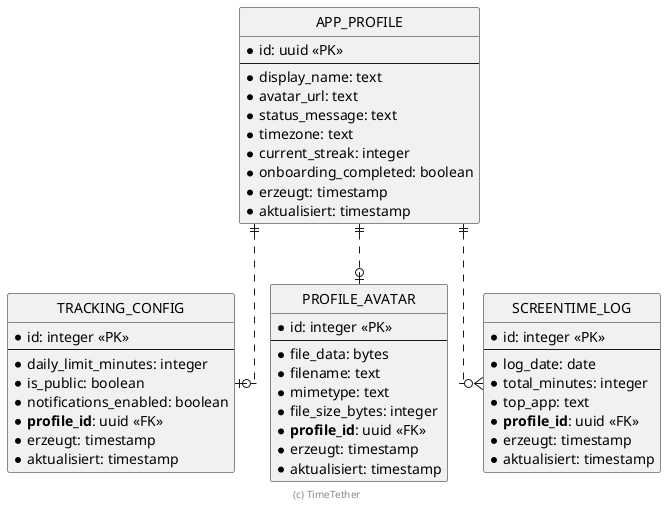
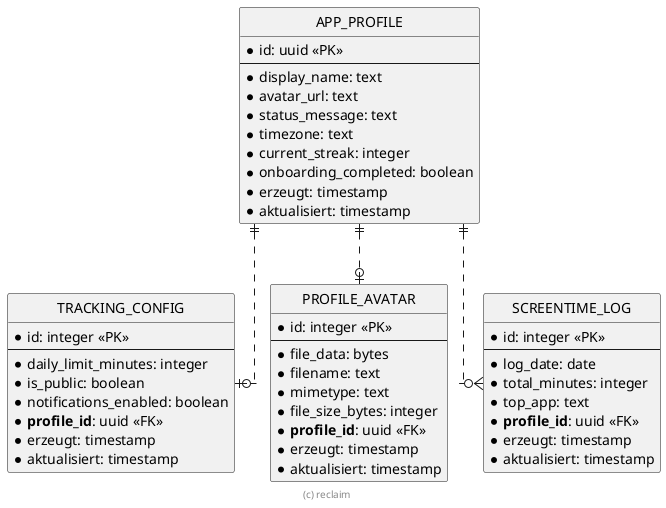
' Copyright (C) 2019 - present Juergen Zimmermann, Hochschule Karlsruhe
'
' This program is free software: you can redistribute it and/or modify
' it under the terms of the GNU General Public License as published by
' the Free Software Foundation, either version 3 of the License, or
' (at your option) any later version.
'
' This program is distributed in the hope that it will be useful,
' but WITHOUT ANY WARRANTY; without even the implied warranty of
' MERCHANTABILITY or FITNESS FOR A PARTICULAR PURPOSE.  See the
' GNU General Public License for more details.
'
' You should have received a copy of the GNU General Public License
' along with this program.  If not, see <https://www.gnu.org/licenses/>.

' Preview durch <Alt>d

@startuml ER Diagramm

' hide the spot
hide circle

' evtl. Prbleme mit Kraehenfuessen vermeiden
skinparam linetype ortho

entity "APP_PROFILE" {
  * id: uuid <<PK>>
  --
  * display_name: text
  * avatar_url: text
  * status_message: text
  * timezone: text
  * current_streak: integer
  * onboarding_completed: boolean
  * erzeugt: timestamp
  * aktualisiert: timestamp
}

entity "TRACKING_CONFIG" {
  * id: integer <<PK>>
  --
  * daily_limit_minutes: integer
  * is_public: boolean
  * notifications_enabled: boolean
  * **profile_id**: uuid <<FK>>
  * erzeugt: timestamp
  * aktualisiert: timestamp
}

entity "PROFILE_AVATAR" {
  * id: integer <<PK>>
  --
  * file_data: bytes
  * filename: text
  * mimetype: text
  * file_size_bytes: integer
  * **profile_id**: uuid <<FK>>
  * erzeugt: timestamp
  * aktualisiert: timestamp
}

entity "SCREENTIME_LOG" {
  * id: integer <<PK>>
  --
  * log_date: date
  * total_minutes: integer
  * top_app: text
  * **profile_id**: uuid <<FK>>
  * erzeugt: timestamp
  * aktualisiert: timestamp
}

' Beziehungen
APP_PROFILE ||..o| TRACKING_CONFIG
APP_PROFILE ||..o| PROFILE_AVATAR
APP_PROFILE ||..o{ SCREENTIME_LOG

' Hinweis: Unique-Constraint auf (profile_id, log_date) fuer SCREENTIME_LOG

- footer (c) TimeTether
+ footer (c) reclaim

@enduml
